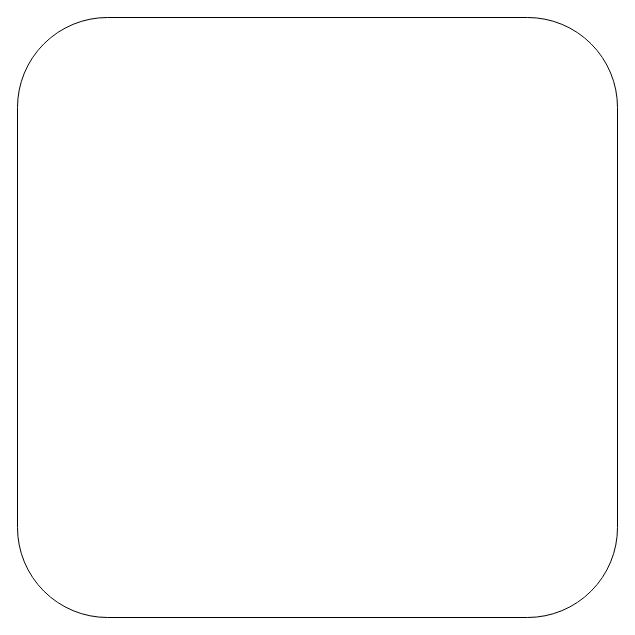
This is Untitled Diagram.drawio from FroKCreativeTM/Multigame, a draw.io file, before an edit. Source tidied: cells renumbered, new cells numbered last; positions are measured from the earlier drawing's top-left corner, leaving out a move shared by most shapes. Both pictures are drawn from the tidied source at 100%, with x=0, y=0 at pixel (17, 17).
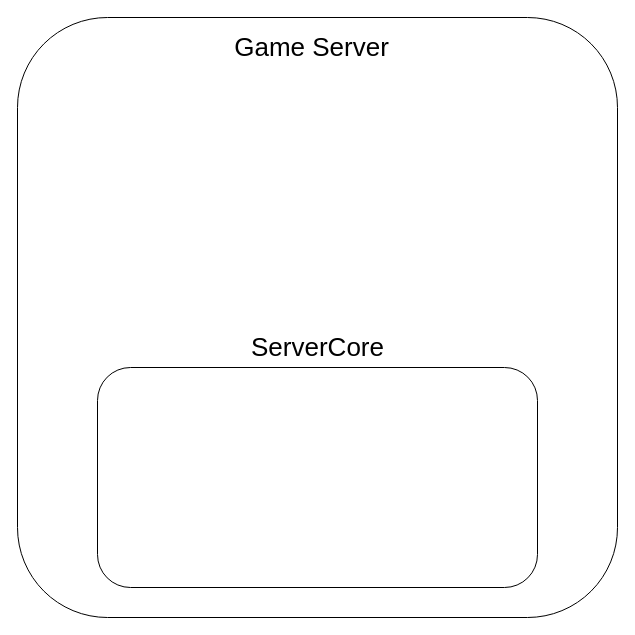
The same page after the edit.

Change to the diagram source:
```diff
@@
 <mxGraphModel>
   <root>
     <mxCell id="0" />
     <mxCell id="1" parent="0" />
     <mxCell id="2" style="rounded=1;whiteSpace=wrap;html=1;" parent="1" vertex="1">
       <mxGeometry width="600" height="600" as="geometry" />
     </mxCell>
+    <mxCell id="3" value="&lt;font style=&quot;font-size: 26px&quot;&gt;ServerCore&lt;/font&gt;" style="text;html=1;align=center;verticalAlign=middle;strokeColor=none;fillColor=none;" parent="1" vertex="1">
+      <mxGeometry x="225" y="320" width="150" height="20" as="geometry" />
+    </mxCell>
+    <mxCell id="4" style="rounded=1;whiteSpace=wrap;html=1;fontSize=26;" parent="1" vertex="1">
+      <mxGeometry x="80" y="350" width="440" height="220" as="geometry" />
+    </mxCell>
+    <mxCell id="5" value="&lt;font style=&quot;font-size: 26px&quot;&gt;Game Server&lt;/font&gt;" style="text;html=1;align=center;verticalAlign=middle;strokeColor=none;fillColor=none;" parent="1" vertex="1">
+      <mxGeometry x="209" y="20" width="170" height="20" as="geometry" />
+    </mxCell>
   </root>
 </mxGraphModel>
```
